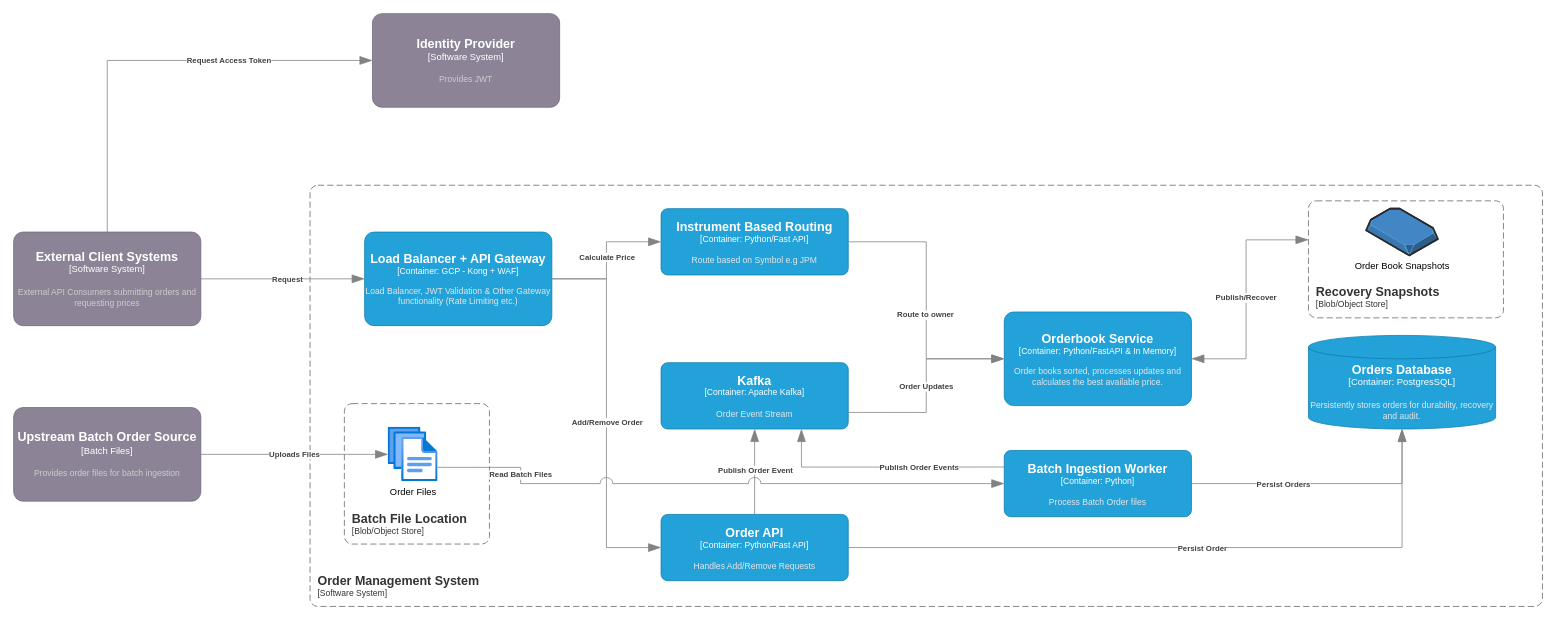
Before: page "C4 Level 2 - Application/Container" (2 of 3) of part2-architecture-docs/diagrams/OMS.drawio in ensipeti/order-management, a draw.io diagram. Source tidied: cells renumbered, new cells numbered last; positions are measured from the earlier drawing's top-left corner, leaving out a move shared by most shapes. Both pictures are drawn from the tidied source at 78%, with x=0, y=0 at pixel (13, 13).
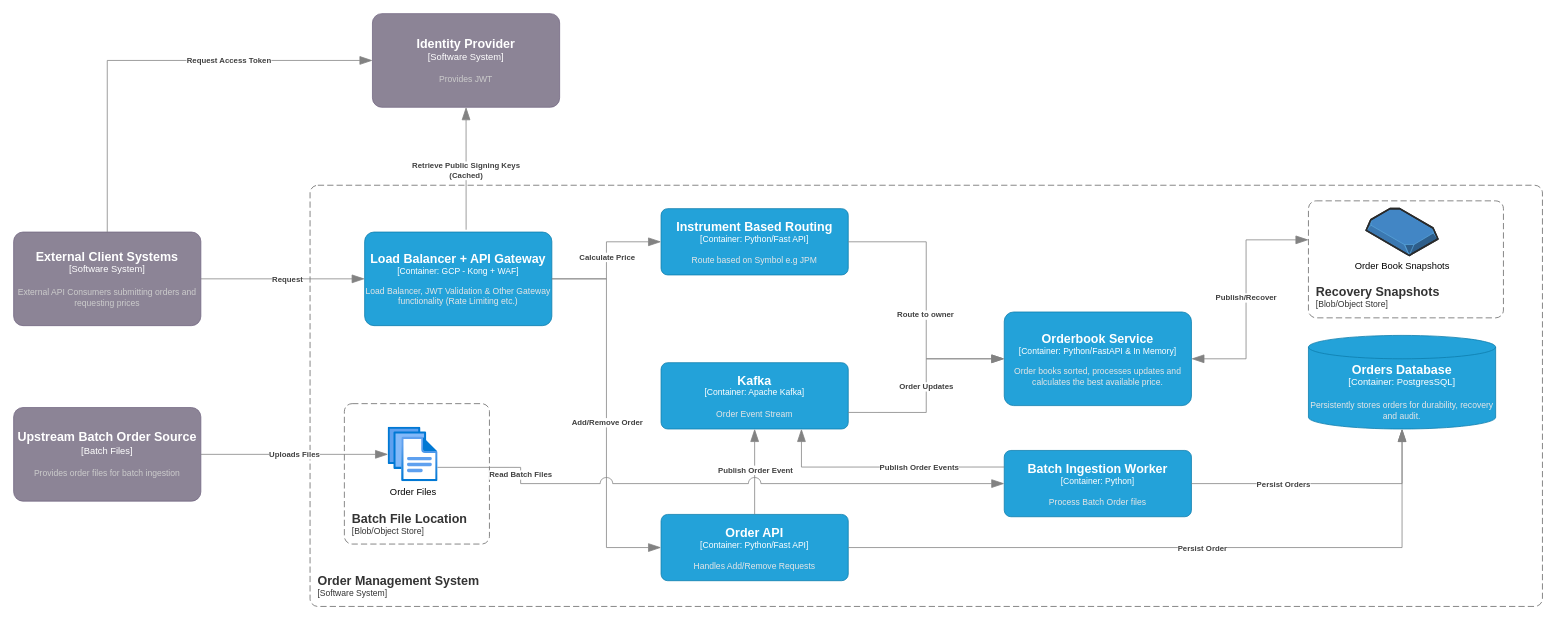
After the change.

Commit message (it also covers changes not shown here):
Show gateway signing-key retrieval in container diagram

Unchanged cells that the change refers to:
```xml
<object id="8" label="&lt;font style=&quot;font-size: 16px&quot;&gt;&lt;b&gt;%c4Name%&lt;/b&gt;&lt;/font&gt;&lt;div&gt;[%c4Type%]&lt;/div&gt;&lt;br&gt;&lt;div&gt;&lt;font style=&quot;font-size: 11px&quot;&gt;&lt;font color=&quot;#cccccc&quot;&gt;%c4Description%&lt;/font&gt;&lt;/div&gt;" c4Description="Provides JWT " c4Name="Identity Provider" c4Type="Software System" placeholders="1">
  <mxCell style="rounded=1;whiteSpace=wrap;html=1;labelBackgroundColor=none;fillColor=#8C8496;fontColor=#ffffff;align=center;arcSize=10;strokeColor=#736782;points=[[0.25,0,0],[0.5,0,0],[0.75,0,0],[1,0.25,0],[1,0.5,0],[1,0.75,0],[0.75,1,0],[0.5,1,0],[0.25,1,0],[0,0.75,0],[0,0.5,0],[0,0.25,0]];" parent="1" vertex="1">
    <mxGeometry x="460" width="240" height="120" as="geometry" />
  </mxCell>
</object>
<object id="10" label="&lt;font style=&quot;font-size: 16px&quot;&gt;&lt;b&gt;%c4Name%&lt;/b&gt;&lt;/font&gt;&lt;div&gt;[%c4Type%: %c4Technology%]&lt;/div&gt;&lt;br&gt;&lt;div&gt;&lt;font style=&quot;font-size: 11px&quot;&gt;&lt;font color=&quot;#E6E6E6&quot;&gt;%c4Description%&lt;/font&gt;&lt;/div&gt;" c4Description="Load Balancer, JWT Validation &amp; Other Gateway functionality (Rate Limiting etc.)" c4Name="Load Balancer + API Gateway" c4Technology="GCP - Kong + WAF" c4Type="Container" placeholders="1">
  <mxCell style="rounded=1;whiteSpace=wrap;html=1;fontSize=11;labelBackgroundColor=none;fillColor=#23A2D9;fontColor=#ffffff;align=center;arcSize=10;strokeColor=#0E7DAD;points=[[0.25,0,0],[0.5,0,0],[0.75,0,0],[1,0.25,0],[1,0.5,0],[1,0.75,0],[0.75,1,0],[0.5,1,0],[0.25,1,0],[0,0.75,0],[0,0.5,0],[0,0.25,0]];" parent="1" vertex="1">
    <mxGeometry x="450" y="280" width="240" height="120" as="geometry" />
  </mxCell>
</object>
```

The edit, as a diff of the source:
```diff
@@
+    <object id="30" label="&lt;div style=&quot;text-align: left&quot;&gt;&lt;div style=&quot;text-align: center&quot;&gt;&lt;b&gt;%c4Description%&lt;/b&gt;&lt;/div&gt;" c4Description="Retrieve Public Signing Keys&#10;(Cached)" placeholders="1">
+      <mxCell style="endArrow=blockThin;html=1;fontSize=10;fontColor=#404040;strokeWidth=1;endFill=1;strokeColor=#828282;elbow=vertical;endSize=14;startSize=14;jumpStyle=arc;jumpSize=16;rounded=0;edgeStyle=orthogonalEdgeStyle;exitX=0.542;exitY=-0.025;exitDx=0;exitDy=0;exitPerimeter=0;entryX=0.5;entryY=1;entryDx=0;entryDy=0;entryPerimeter=0;align=center;verticalAlign=middle;fontFamily=Helvetica;labelBackgroundColor=default;" parent="1" edge="1" source="10" target="8">
+        <mxGeometry x="-0.02" relative="1" as="geometry">
+          <mxPoint y="1" as="offset" />
+        </mxGeometry>
+      </mxCell>
+    </object>
```
